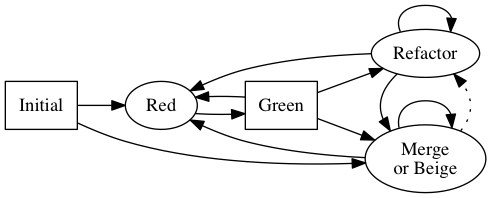
This is graph/commit-states.png from matatk/tdd-bdd-commit, a Graphviz export, as it was before one commit. Its source is kept beside it as graph/commit-states.dot. Source of this version:
```dot
digraph commit_states {
	rankdir="LR";

	red [label="Red"];
	{
		rank=same;
		mb [label="Merge\nor Beige"];
		refactor [label="Refactor"];
	}
	node [shape=box];
	initial [label="Initial"];
	green [label="Green"];

	initial -> red;
	initial -> mb [constraint=false];

	red -> green;

	green -> red;
	green -> mb;
	green -> refactor;

	mb -> red;
	mb -> refactor [style=dotted];
	mb -> mb;

	refactor -> red;
	refactor -> refactor;
	refactor -> mb;
}
```
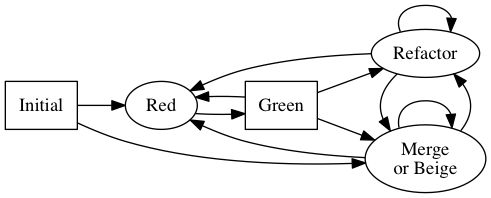
The same diagram one commit later.

Commit message:
BEIGE No special styles in the graph (consistency)

Diff of the diagram source:
```diff
@@ -21,7 +21,7 @@
 	green -> refactor;
 
 	mb -> red;
-	mb -> refactor [style=dotted];
+	mb -> refactor;
 	mb -> mb;
 
 	refactor -> red;
```
